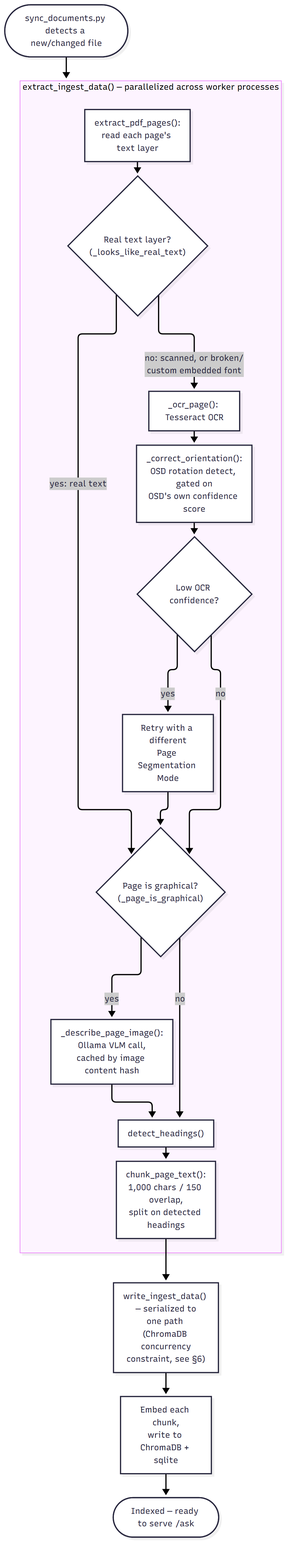
The Mermaid diagram diagrams/ingestion-pipeline.png in riflifaizullah/rag_system, before a commit. Its source is kept beside it as diagrams/ingestion-pipeline.mmd.
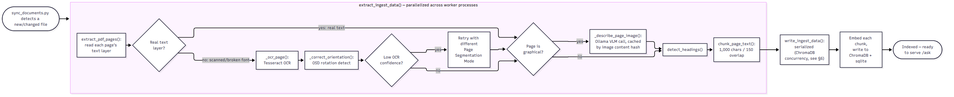
After the change.

Commit message:
Fix ingestion pipeline diagram readability

Reflow the ingestion pipeline Mermaid diagram from top-to-bottom to
left-to-right -- the branching chain of ~10 steps rendered as an
extremely tall, narrow image (958x5154px) top-to-bottom, unreadable
without heavy scrolling. A pipeline also just reads more naturally
left-to-right. Re-rendered at 4x scale for crisp text in the backup PNG.

Diff of the diagram source:
```diff
@@ -1,22 +1,22 @@
-flowchart TD
+flowchart LR
     Trigger(["sync_documents.py detects a new/changed file"]) --> PerPage
 
     subgraph PerPage["extract_ingest_data() — parallelized across worker processes"]
-        direction TB
-        A["extract_pdf_pages():<br/>read each page's text layer"] --> B{"Real text layer?<br/>(_looks_like_real_text)"}
-        B -- "no: scanned, or broken/<br/>custom embedded font" --> C["_ocr_page(): Tesseract OCR"]
-        C --> D["_correct_orientation():<br/>OSD rotation detect, gated on<br/>OSD's own confidence score"]
-        D --> E{"Low OCR confidence?"}
-        E -- "yes" --> F["Retry with a different<br/>Page Segmentation Mode"]
-        E -- "no" --> G
-        F --> G{"Page is graphical?<br/>(_page_is_graphical)"}
+        direction LR
+        A["extract_pdf_pages():<br/>read each page's text layer"] --> B{"Real text<br/>layer?"}
+        B -- "no: scanned/broken font" --> C["_ocr_page():<br/>Tesseract OCR"]
+        C --> D["_correct_orientation():<br/>OSD rotation detect"]
+        D --> E{"Low OCR<br/>confidence?"}
+        E -- "yes" --> F["Retry with different<br/>Page Segmentation Mode"]
+        E -- "no" --> G{"Page is<br/>graphical?"}
+        F --> G
         B -- "yes: real text" --> G
-        G -- "yes" --> H["_describe_page_image():<br/>Ollama VLM call,<br/>cached by image content hash"]
+        G -- "yes" --> H["_describe_page_image():<br/>Ollama VLM call, cached<br/>by image content hash"]
         G -- "no" --> I["detect_headings()"]
         H --> I
-        I --> J["chunk_page_text():<br/>1,000 chars / 150 overlap,<br/>split on detected headings"]
+        I --> J["chunk_page_text():<br/>1,000 chars / 150 overlap"]
     end
 
-    J --> K["write_ingest_data() — serialized to<br/>one path (ChromaDB concurrency<br/>constraint, see §6)"]
+    J --> K["write_ingest_data():<br/>serialized (ChromaDB<br/>concurrency, see §6)"]
     K --> L["Embed each chunk,<br/>write to ChromaDB + sqlite"]
-    L --> Done(["Indexed — ready to serve /ask"])
+    L --> Done(["Indexed — ready<br/>to serve /ask"])
```
